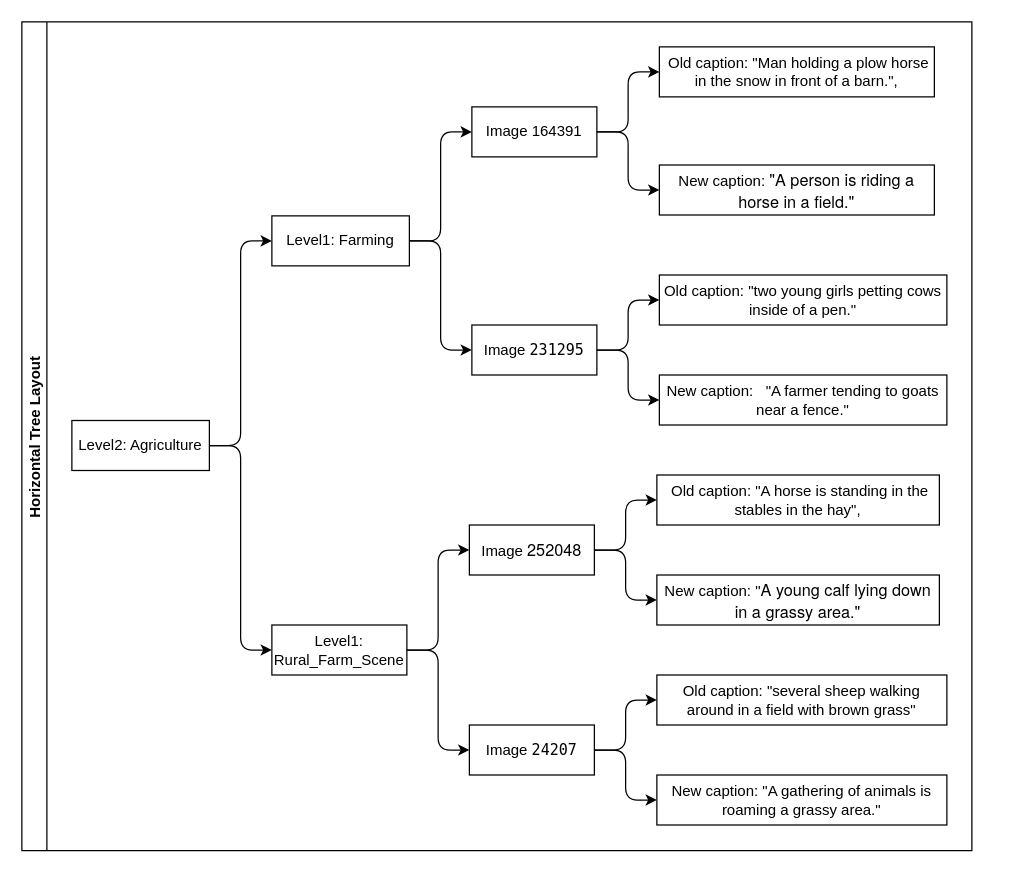
The draw.io diagram Untitled Diagram.drawio in ncai25/diagrams, before the edit. Source tidied: cells renumbered, new cells numbered last; positions are measured from the earlier drawing's top-left corner, leaving out a move shared by most shapes. Both pictures are drawn from the tidied source at 125%, with x=0, y=0 at pixel (21, 21).
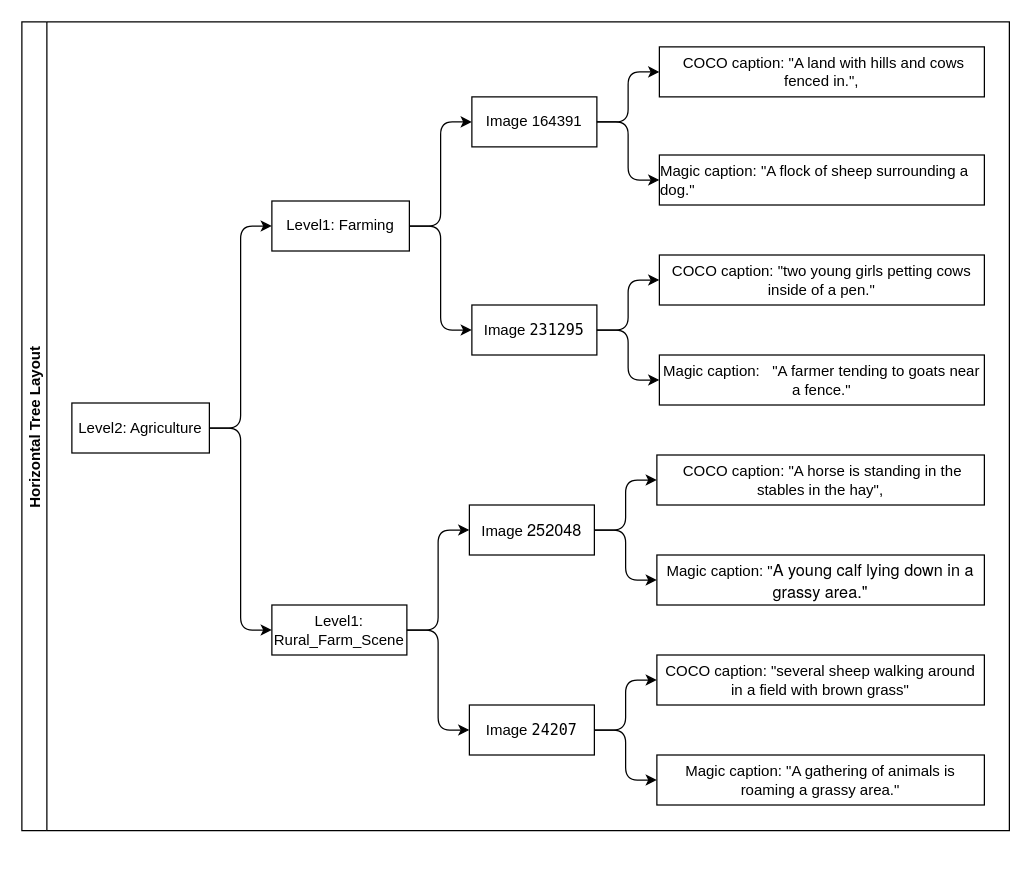
After the change.

Diff of the diagram source:
```diff
@@
     <mxCell id="2" value="Horizontal Tree Layout" style="swimlane;startSize=20;horizontal=0;horizontalTree=1;sortEdges=1;containerType=tree;fontSize=12;" parent="1" vertex="1">
-      <mxGeometry width="760" height="663" as="geometry" />
+      <mxGeometry width="790" height="647" as="geometry" />
     </mxCell>
     <mxCell id="3" value="Level2: Agriculture" style="whiteSpace=wrap;html=1;" parent="2" vertex="1">
-      <mxGeometry x="40" y="318.9" width="110" height="40" as="geometry" />
+      <mxGeometry x="40" y="304.9" width="110" height="40" as="geometry" />
     </mxCell>
     <mxCell id="4" value="Level1: Farming" style="whiteSpace=wrap;html=1;" parent="2" vertex="1">
-      <mxGeometry x="200" y="155.2" width="110" height="40" as="geometry" />
+      <mxGeometry x="200" y="143.3" width="110" height="40" as="geometry" />
     </mxCell>
@@
     <mxCell id="6" value="Level1: Rural_Farm_Scene" style="whiteSpace=wrap;html=1;" parent="2" vertex="1">
-      <mxGeometry x="200" y="482.5" width="108" height="40" as="geometry" />
+      <mxGeometry x="200" y="466.5" width="108" height="40" as="geometry" />
     </mxCell>
@@
     <mxCell id="9" value="&lt;p class=&quot;p1&quot;&gt;Image &lt;span class=&quot;s1&quot;&gt;164391&lt;/span&gt;&lt;/p&gt;" style="whiteSpace=wrap;html=1;" parent="2" vertex="1">
-      <mxGeometry x="360" y="68" width="100" height="40" as="geometry" />
+      <mxGeometry x="360" y="60" width="100" height="40" as="geometry" />
     </mxCell>
@@
     <mxCell id="11" value="Image&amp;nbsp;&lt;span style=&quot;font-family: &amp;quot;Helvetica Neue&amp;quot;; font-size: 13px; text-align: start; background-color: transparent; color: light-dark(rgb(0, 0, 0), rgb(255, 255, 255));&quot;&gt;252048&lt;/span&gt;" style="whiteSpace=wrap;html=1;" parent="2" vertex="1">
-      <mxGeometry x="358" y="402.5" width="100" height="40" as="geometry" />
+      <mxGeometry x="358" y="386.5" width="100" height="40" as="geometry" />
     </mxCell>
@@
-    <mxCell id="13" value="&lt;p class=&quot;p1&quot;&gt;&amp;nbsp;Old caption: &quot;Man holding a plow horse in the snow in front of a barn.&quot;,&lt;/p&gt;" style="whiteSpace=wrap;html=1;" parent="2" vertex="1">
-      <mxGeometry x="510" y="20" width="220" height="40" as="geometry" />
+    <mxCell id="13" value="&lt;p class=&quot;p1&quot;&gt;&amp;nbsp;COCO caption: &quot;A land with hills and cows fenced in.&quot;,&lt;/p&gt;" style="whiteSpace=wrap;html=1;" parent="2" vertex="1">
+      <mxGeometry x="510" y="20" width="260" height="40" as="geometry" />
     </mxCell>
@@
-    <mxCell id="15" value="&lt;p class=&quot;p1&quot;&gt;&lt;span style=&quot;background-color: transparent; color: light-dark(rgb(0, 0, 0), rgb(255, 255, 255));&quot;&gt;New caption:&amp;nbsp;&lt;/span&gt;&lt;span style=&quot;background-color: transparent; color: light-dark(rgb(0, 0, 0), rgb(255, 255, 255)); font-family: &amp;quot;Helvetica Neue&amp;quot;; font-size: 13px; text-align: start;&quot;&gt;&quot;A person is riding a horse in a field.&quot;&lt;/span&gt;&lt;/p&gt;" style="whiteSpace=wrap;html=1;" parent="2" vertex="1">
-      <mxGeometry x="510" y="114.5" width="220" height="40" as="geometry" />
+    <mxCell id="15" value="&lt;p style=&quot;text-align: start;&quot; class=&quot;p1&quot;&gt;Magic caption: &quot;A flock of sheep surrounding a dog.&quot;&lt;/p&gt;" style="whiteSpace=wrap;html=1;" parent="2" vertex="1">
+      <mxGeometry x="510" y="106.5" width="260" height="40" as="geometry" />
     </mxCell>
@@
     <mxCell id="17" value="Image&amp;nbsp;&lt;span style=&quot;background-color: rgb(255, 255, 255); font-family: Menlo, Monaco, &amp;quot;Courier New&amp;quot;, monospace; white-space: pre; color: light-dark(rgb(0, 0, 0), rgb(255, 255, 255));&quot;&gt;231295&lt;/span&gt;" style="whiteSpace=wrap;html=1;" parent="2" vertex="1">
-      <mxGeometry x="360" y="242.5" width="100" height="40" as="geometry" />
+      <mxGeometry x="360" y="226.5" width="100" height="40" as="geometry" />
     </mxCell>
@@
-    <mxCell id="19" value="Old caption: &quot;two young girls petting cows inside of a pen.&quot;" style="whiteSpace=wrap;html=1;" parent="2" vertex="1">
-      <mxGeometry x="510" y="202.5" width="230" height="40" as="geometry" />
+    <mxCell id="19" value="COCO caption: &quot;two young girls petting cows inside of a pen.&quot;" style="whiteSpace=wrap;html=1;" parent="2" vertex="1">
+      <mxGeometry x="510" y="186.5" width="260" height="40" as="geometry" />
     </mxCell>
@@
-    <mxCell id="21" value="New caption:&amp;nbsp;&amp;nbsp;&amp;nbsp;&quot;A farmer tending to goats near a fence.&quot;" style="whiteSpace=wrap;html=1;" parent="2" vertex="1">
-      <mxGeometry x="510" y="282.5" width="230" height="40" as="geometry" />
+    <mxCell id="21" value="Magic&amp;nbsp;caption:&amp;nbsp;&amp;nbsp;&amp;nbsp;&quot;A farmer tending to goats near a fence.&quot;" style="whiteSpace=wrap;html=1;" parent="2" vertex="1">
+      <mxGeometry x="510" y="266.5" width="260" height="40" as="geometry" />
     </mxCell>
@@
-    <mxCell id="23" value="&amp;nbsp;Old caption: &quot;A horse is standing in the stables in the hay&quot;," style="whiteSpace=wrap;html=1;" parent="2" vertex="1">
-      <mxGeometry x="508" y="362.5" width="226" height="40" as="geometry" />
+    <mxCell id="23" value="&amp;nbsp;COCO caption: &quot;A horse is standing in the stables in the hay&quot;," style="whiteSpace=wrap;html=1;" parent="2" vertex="1">
+      <mxGeometry x="508" y="346.5" width="262" height="40" as="geometry" />
     </mxCell>
@@
     <mxCell id="25" value="Image&amp;nbsp;&lt;span style=&quot;background-color: rgb(255, 255, 255); font-family: Menlo, Monaco, &amp;quot;Courier New&amp;quot;, monospace; white-space: pre; color: light-dark(rgb(0, 0, 0), rgb(255, 255, 255));&quot;&gt;24207&lt;/span&gt;" style="whiteSpace=wrap;html=1;" parent="2" vertex="1">
-      <mxGeometry x="358" y="562.5" width="100" height="40" as="geometry" />
+      <mxGeometry x="358" y="546.5" width="100" height="40" as="geometry" />
     </mxCell>
@@
-    <mxCell id="27" value="Old caption: &quot;several sheep walking around in a field with brown grass&quot;" style="whiteSpace=wrap;html=1;" parent="2" vertex="1">
-      <mxGeometry x="508" y="522.5" width="232" height="40" as="geometry" />
+    <mxCell id="27" value="COCO caption: &quot;several sheep walking around in a field with brown grass&quot;" style="whiteSpace=wrap;html=1;" parent="2" vertex="1">
+      <mxGeometry x="508" y="506.5" width="262" height="40" as="geometry" />
     </mxCell>
@@
-    <mxCell id="29" value="New caption: &quot;&lt;span style=&quot;font-family: &amp;quot;Helvetica Neue&amp;quot;; font-size: 13px; text-align: start; background-color: transparent; color: light-dark(rgb(0, 0, 0), rgb(255, 255, 255));&quot;&gt;A young calf lying down in a grassy area.&quot;&lt;/span&gt;" style="whiteSpace=wrap;html=1;" parent="2" vertex="1">
-      <mxGeometry x="508" y="442.5" width="226" height="40" as="geometry" />
+    <mxCell id="29" value="Magic&amp;nbsp;caption: &quot;&lt;span style=&quot;font-family: &amp;quot;Helvetica Neue&amp;quot;; font-size: 13px; text-align: start; background-color: transparent; color: light-dark(rgb(0, 0, 0), rgb(255, 255, 255));&quot;&gt;A young calf lying down in a grassy area.&quot;&lt;/span&gt;" style="whiteSpace=wrap;html=1;" parent="2" vertex="1">
+      <mxGeometry x="508" y="426.5" width="262" height="40" as="geometry" />
     </mxCell>
@@
-    <mxCell id="31" value="New caption: &quot;A gathering of animals is roaming a grassy area.&quot;" style="whiteSpace=wrap;html=1;" parent="2" vertex="1">
-      <mxGeometry x="508" y="602.5" width="232" height="40" as="geometry" />
+    <mxCell id="31" value="Magic&amp;nbsp;caption: &quot;A gathering of animals is roaming a grassy area.&quot;" style="whiteSpace=wrap;html=1;" parent="2" vertex="1">
+      <mxGeometry x="508" y="586.5" width="262" height="40" as="geometry" />
     </mxCell>
```
